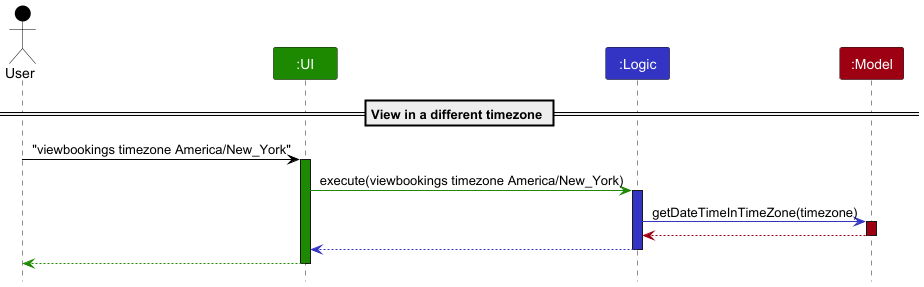
This is docs/images/TimeZoneViewDiffTimezoneSequence.png from tathan08/tp, a PlantUML export, as it was before one commit.
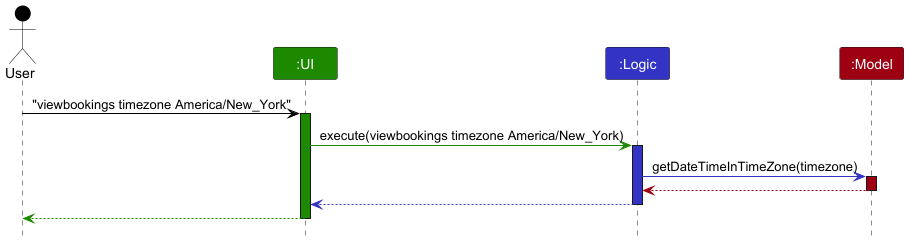
Above is the later version.

What changed in the source:
```diff
@@ -6,10 +6,6 @@
 Participant ":UI" as ui UI_COLOR
 Participant ":Logic" as logic LOGIC_COLOR
 Participant ":Model" as model MODEL_COLOR
-
-
-
-== View in a different timezone ==
 
 user -[USER_COLOR]> ui : "viewbookings timezone America/New_York"
 activate ui UI_COLOR
```
